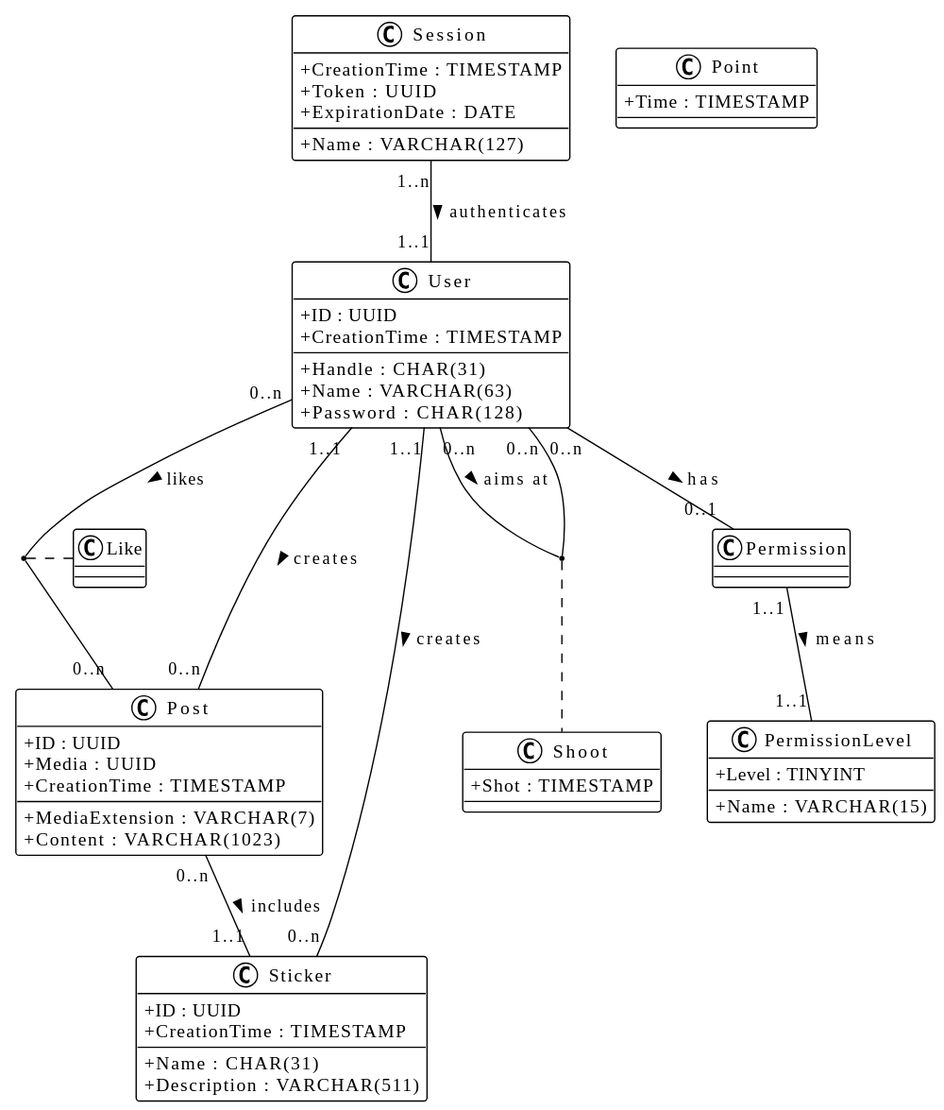
Earlier version of the PlantUML export doc/hiddlestickUML.svg (luca-baeck/Soziales-Netzwerk).
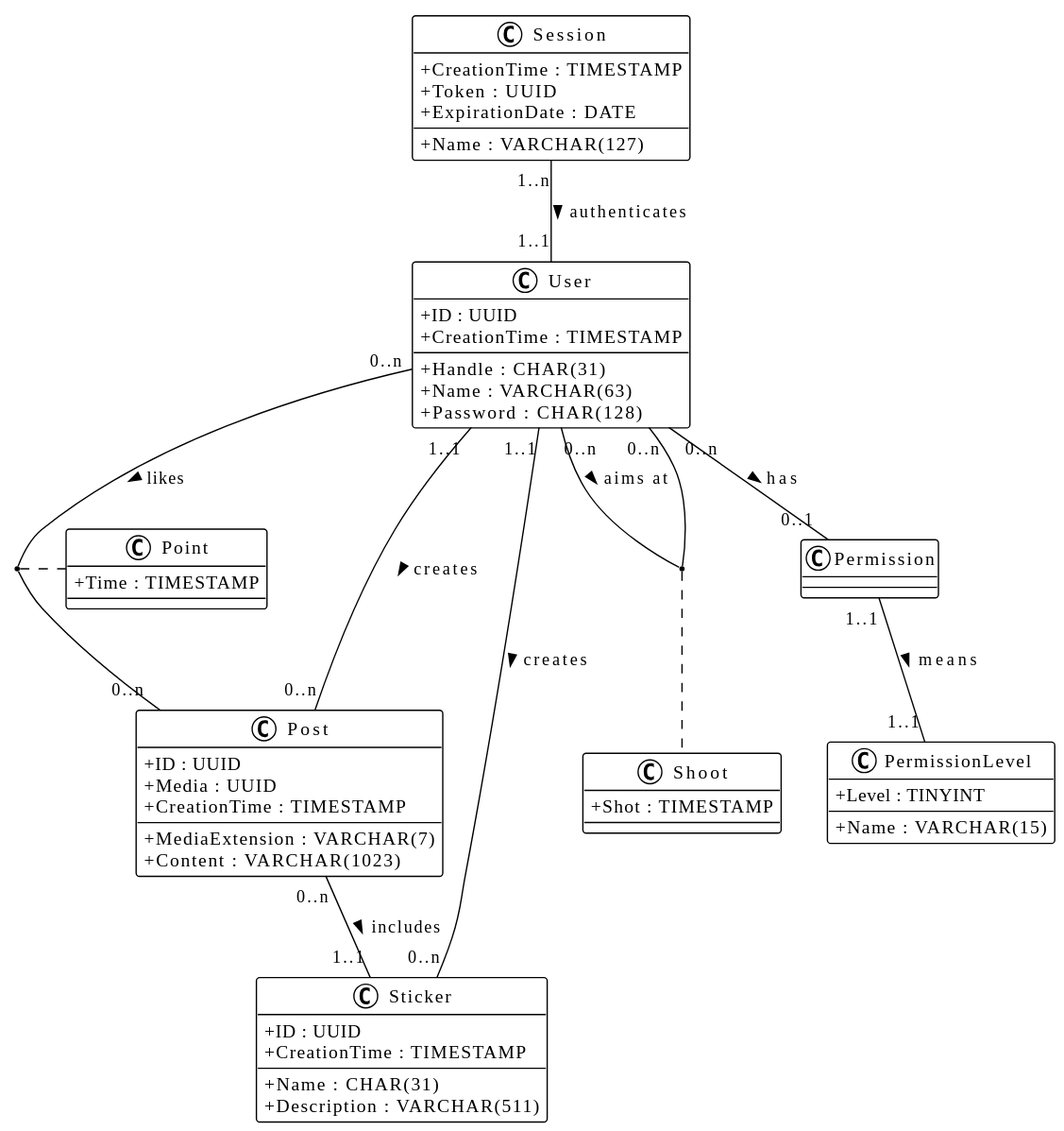
The same file after the commit.

Commit message:
Corrected the UML diagram by replacing Like with Point

What changed in the source:
```diff
@@ -34,7 +34,7 @@
 Session "1..n" -- "1..1" User : authenticates >
 User "0..n" -- "0..1" Permission : has >
 Permission "1..1" -- "1..1" PermissionLevel : means >
-(User, Post) . Like
+(User, Post) . Point
 
 class Shoot{
     + Shot : TIMESTAMP
```
